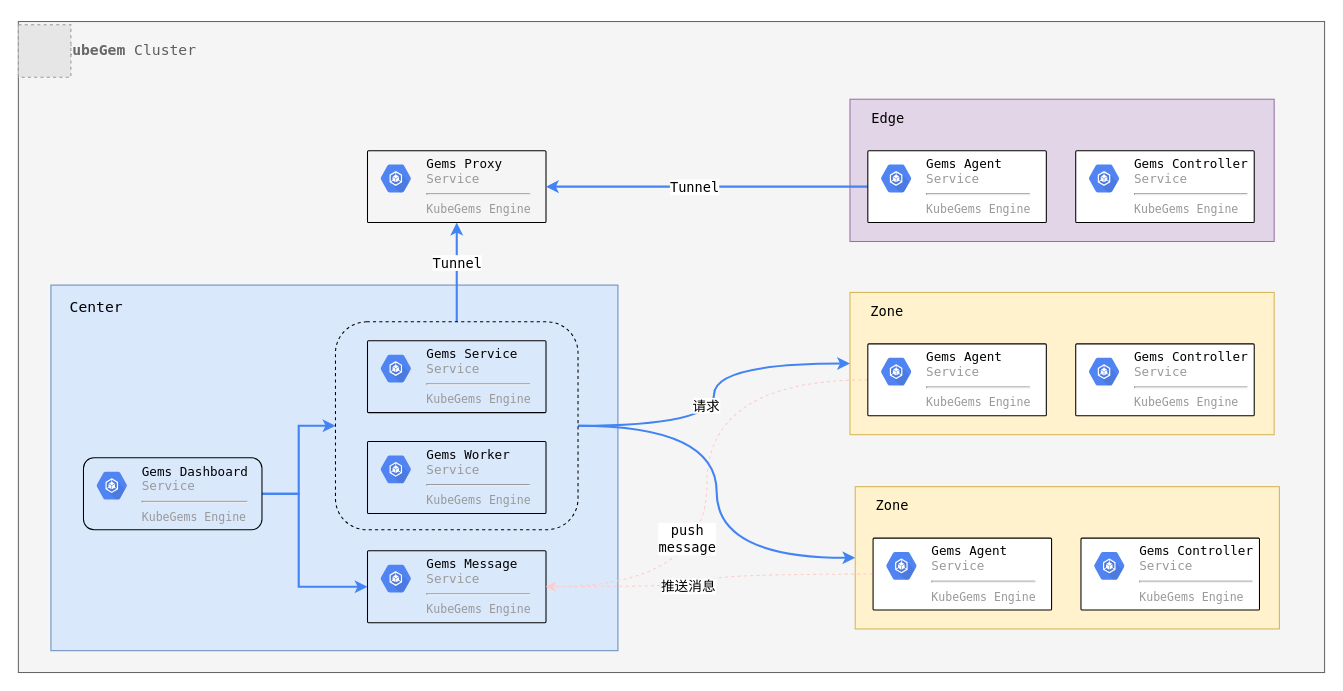
Above: cluster.drawio in kubegems/design (draw.io), before the change. Source tidied: cells renumbered, new cells numbered last; positions are measured from the earlier drawing's top-left corner, leaving out a move shared by most shapes. Both pictures are drawn from the tidied source at 105%, with x=0, y=0 at pixel (18, 18). Pictures stored in the file or linked from it are replaced by grey dashed boxes.
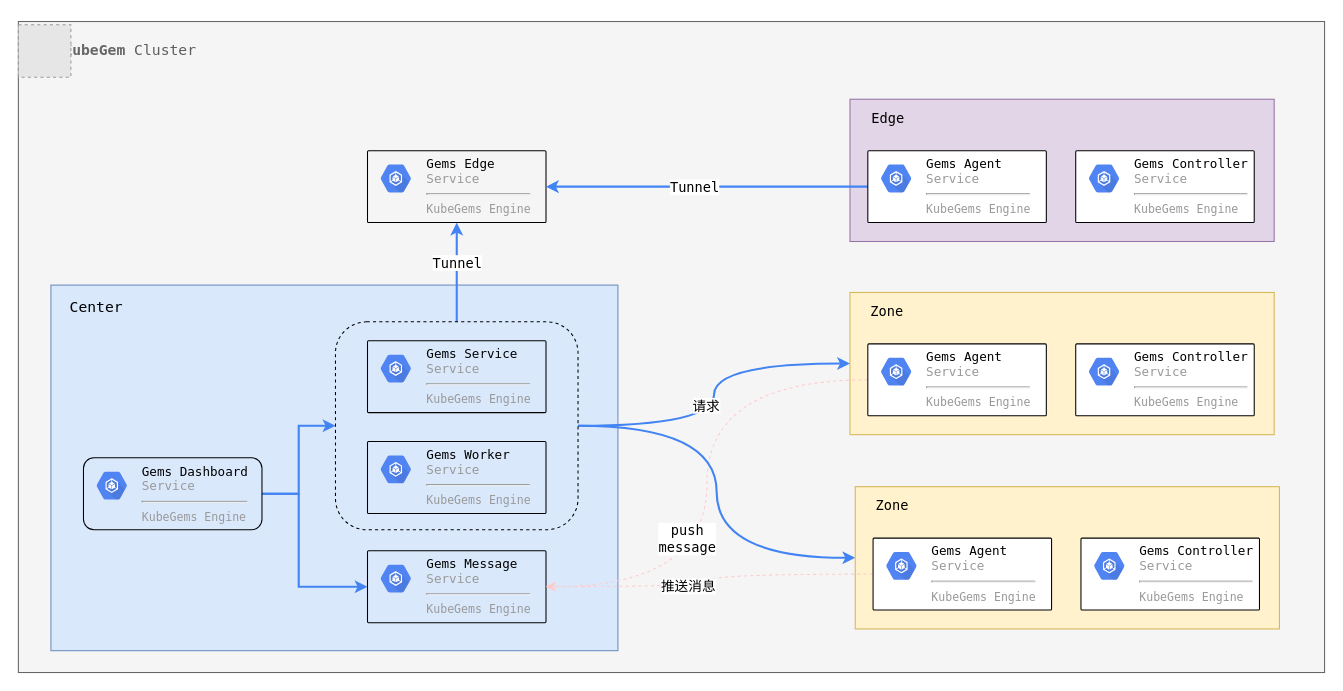
After the change.

Unchanged cells that the change refers to:
```xml
<mxCell id="37" style="strokeColor=default;fillColor=none;shadow=0;strokeWidth=1;rounded=1;absoluteArcSize=1;arcSize=2;fontSize=11;fontColor=#9E9E9E;align=center;html=1;gradientColor=#ffffff;fontFamily=Lucida Console;" parent="1" vertex="1">
  <mxGeometry x="332.5" y="126" width="170" height="68.5" as="geometry" />
</mxCell>
```

Change to the diagram source:
```diff
@@
-    <mxCell id="38" value="&lt;font color=&quot;#000000&quot;&gt;Gems Proxy&lt;/font&gt;&lt;br&gt;Service&lt;hr&gt;&lt;span style=&quot;font-size: 11px&quot;&gt;KubeGems Engine&lt;br&gt;&lt;br&gt;&lt;/span&gt;" style="dashed=0;html=1;fillColor=#5184F3;strokeColor=none;shape=mxgraph.gcp2.hexIcon;prIcon=container_engine;labelPosition=right;verticalLabelPosition=middle;align=left;verticalAlign=top;spacingLeft=5;fontColor=#999999;fontSize=12;spacingTop=-8;fontFamily=Lucida Console;" parent="37" vertex="1">
+    <mxCell id="38" value="&lt;font color=&quot;#000000&quot;&gt;Gems Edge&lt;/font&gt;&lt;br&gt;Service&lt;hr&gt;&lt;span style=&quot;font-size: 11px&quot;&gt;KubeGems Engine&lt;br&gt;&lt;br&gt;&lt;/span&gt;" style="dashed=0;html=1;fillColor=#5184F3;strokeColor=none;shape=mxgraph.gcp2.hexIcon;prIcon=container_engine;labelPosition=right;verticalLabelPosition=middle;align=left;verticalAlign=top;spacingLeft=5;fontColor=#999999;fontSize=12;spacingTop=-8;fontFamily=Lucida Console;" parent="37" vertex="1">
       <mxGeometry width="44" height="39" relative="1" as="geometry">
         <mxPoint x="5" y="7" as="offset" />
       </mxGeometry>
     </mxCell>
```
